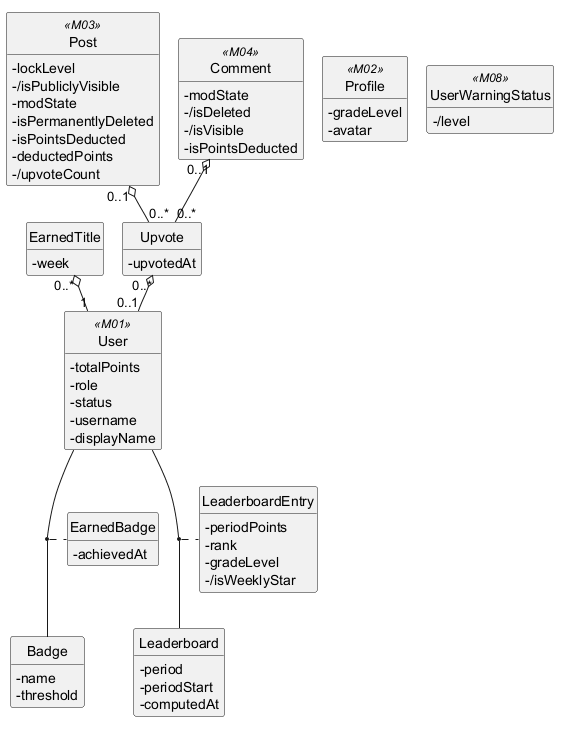
Before: .agents/.claude/system_analysis/output/data-model/ec/diagrams/EC-M12.png, a diagram exported from PlantUML (ducsiukap/iShare). Source of this version:
```plantuml
@startuml
!pragma layout smetana
hide circle
hide methods
skinparam classAttributeIconSize 0

class Upvote {
  -upvotedAt
}
class Badge {
  -name
  -threshold
}
class EarnedBadge {
  -achievedAt
}
class EarnedTitle {
  -week
}
class Leaderboard {
  -period
  -periodStart
  -computedAt
}
class LeaderboardEntry {
  -periodPoints
  -rank
  -gradeLevel
  -/isWeeklyStar
}
class User <<M01>> {
  -totalPoints
  -role
  -status
  -username
  -displayName
}
class Post <<M03>> {
  -lockLevel
  -/isPubliclyVisible
  -modState
  -isPermanentlyDeleted
  -isPointsDeducted
  -deductedPoints
  -/upvoteCount
}
class Comment <<M04>> {
  -modState
  -/isDeleted
  -/isVisible
  -isPointsDeducted
}
class Profile <<M02>> {
  -gradeLevel
  -avatar
}
class UserWarningStatus <<M08>> {
  -/level
}

(User, Badge) .. EarnedBadge
(User, Leaderboard) .. LeaderboardEntry
Upvote "0..*" o-- "0..1" User
Post "0..1" o-- "0..*" Upvote
Comment "0..1" o-- "0..*" Upvote
EarnedTitle "0..*" o-- "1" User

@enduml
```
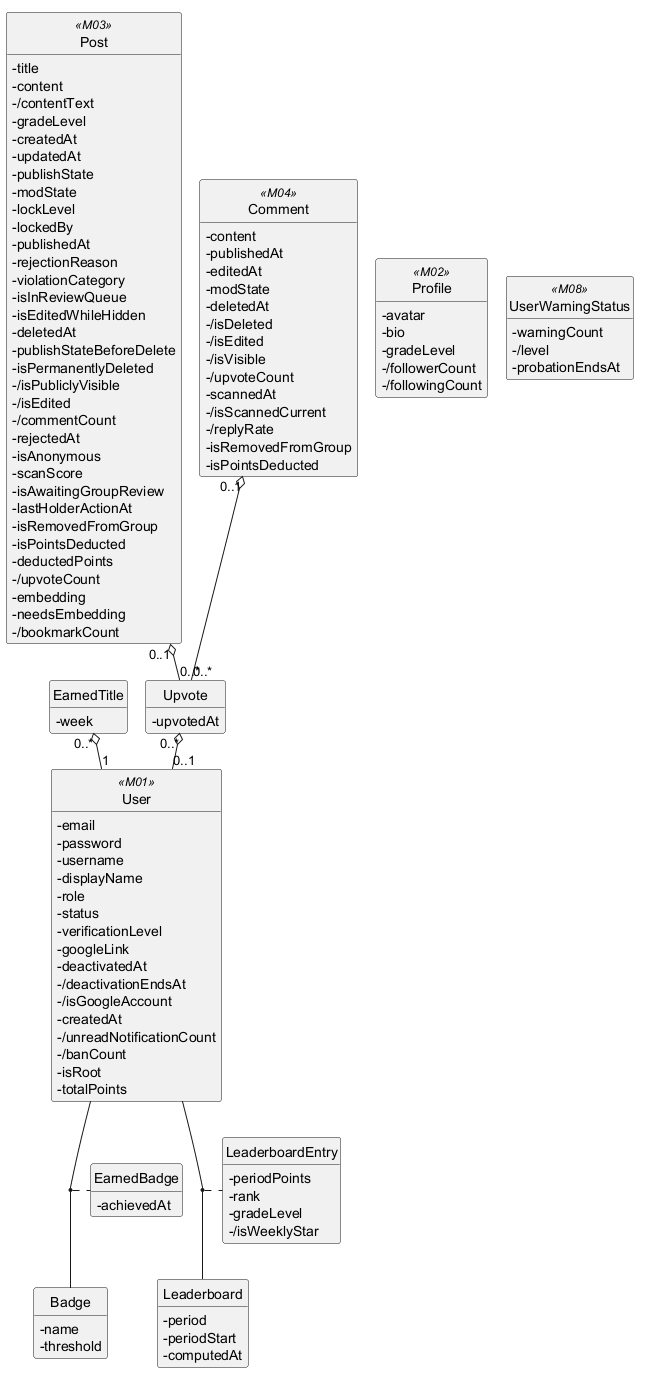
The same file after the commit.

Change to the diagram source:
```diff
@@ -29,33 +29,85 @@
   -/isWeeklyStar
 }
 class User <<M01>> {
-  -totalPoints
+  -email
+  -password
+  -username
+  -displayName
   -role
   -status
-  -username
-  -displayName
+  -verificationLevel
+  -googleLink
+  -deactivatedAt
+  -/deactivationEndsAt
+  -/isGoogleAccount
+  -createdAt
+  -/unreadNotificationCount
+  -/banCount
+  -isRoot
+  -totalPoints
 }
 class Post <<M03>> {
+  -title
+  -content
+  -/contentText
+  -gradeLevel
+  -createdAt
+  -updatedAt
+  -publishState
+  -modState
   -lockLevel
+  -lockedBy
+  -publishedAt
+  -rejectionReason
+  -violationCategory
+  -isInReviewQueue
+  -isEditedWhileHidden
+  -deletedAt
+  -publishStateBeforeDelete
+  -isPermanentlyDeleted
   -/isPubliclyVisible
-  -modState
-  -isPermanentlyDeleted
+  -/isEdited
+  -/commentCount
+  -rejectedAt
+  -isAnonymous
+  -scanScore
+  -isAwaitingGroupReview
+  -lastHolderActionAt
+  -isRemovedFromGroup
   -isPointsDeducted
   -deductedPoints
   -/upvoteCount
+  -embedding
+  -needsEmbedding
+  -/bookmarkCount
 }
 class Comment <<M04>> {
+  -content
+  -publishedAt
+  -editedAt
   -modState
+  -deletedAt
   -/isDeleted
+  -/isEdited
   -/isVisible
+  -/upvoteCount
+  -scannedAt
+  -/isScannedCurrent
+  -/replyRate
+  -isRemovedFromGroup
   -isPointsDeducted
 }
 class Profile <<M02>> {
+  -avatar
+  -bio
   -gradeLevel
-  -avatar
+  -/followerCount
+  -/followingCount
 }
 class UserWarningStatus <<M08>> {
+  -warningCount
   -/level
+  -probationEndsAt
 }
 
 (User, Badge) .. EarnedBadge
```
